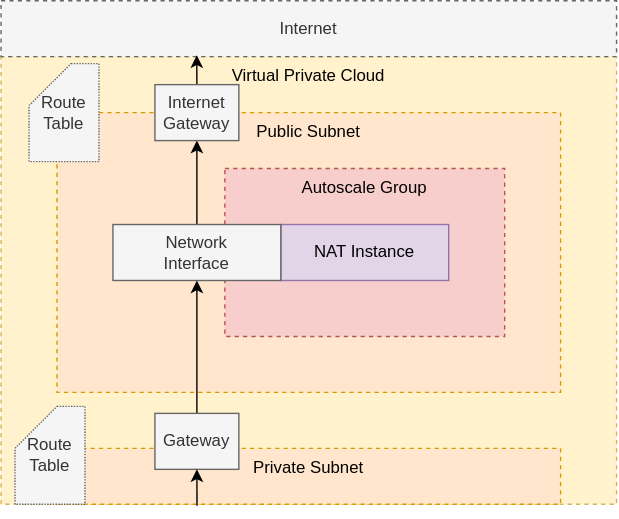
The draw.io diagram docs/logical.drawio.svg in jamesmoriarty/cfn-cheapest-nat, before a commit. Source tidied: cells renumbered, new cells last; positions are measured from the earlier drawing's top-left corner, leaving out a move shared by most shapes.
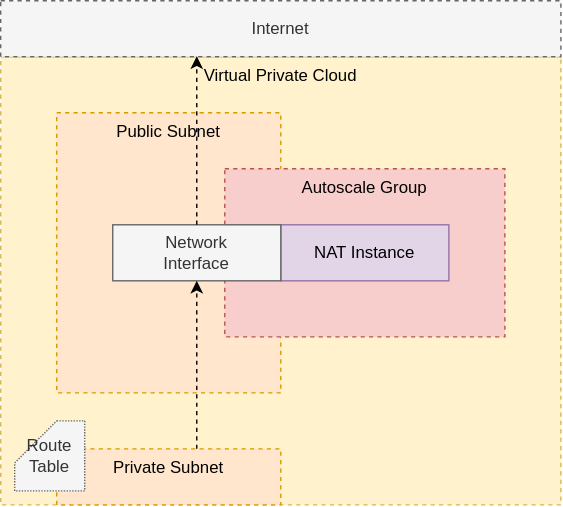
The same file after the commit.

Commit message:
refinement: description.

The edit, as a diff of the source:
```diff
@@ -3,10 +3,10 @@
     <mxCell id="0" />
     <mxCell id="1" parent="0" />
     <mxCell id="2" value="Virtual Private Cloud" style="rounded=0;whiteSpace=wrap;html=1;verticalAlign=top;fillColor=#fff2cc;strokeColor=#d6b656;dashed=1;shadow=0;" parent="1" vertex="1">
-      <mxGeometry y="40" width="440" height="320" as="geometry" />
+      <mxGeometry y="40" width="400" height="320" as="geometry" />
     </mxCell>
     <mxCell id="3" value="Public Subnet" style="rounded=0;whiteSpace=wrap;html=1;verticalAlign=top;fillColor=#ffe6cc;strokeColor=#d79b00;shadow=0;dashed=1;" parent="1" vertex="1">
-      <mxGeometry x="40" y="80" width="360" height="200" as="geometry" />
+      <mxGeometry x="40" y="80" width="160" height="200" as="geometry" />
     </mxCell>
     <mxCell id="4" value="Autoscale Group" style="rounded=0;whiteSpace=wrap;html=1;dashed=1;fillColor=#f8cecc;verticalAlign=top;strokeColor=#b85450;shadow=0;" parent="1" vertex="1">
       <mxGeometry x="160" y="120" width="200" height="120" as="geometry" />
@@ -14,38 +14,25 @@
     <mxCell id="5" value="NAT Instance" style="rounded=0;whiteSpace=wrap;html=1;fillColor=#e1d5e7;strokeColor=#9673a6;shadow=0;" parent="1" vertex="1">
       <mxGeometry x="200" y="160" width="120" height="40" as="geometry" />
     </mxCell>
-    <mxCell id="6" style="edgeStyle=orthogonalEdgeStyle;rounded=0;jettySize=auto;html=1;exitX=0.5;exitY=0;exitDx=0;exitDy=0;entryX=0.5;entryY=1;entryDx=0;entryDy=0;shadow=0;" parent="1" edge="1" source="7" target="13">
-      <mxGeometry relative="1" as="geometry" />
-    </mxCell>
     <mxCell id="7" value="Network&lt;br&gt;Interface" style="rounded=0;whiteSpace=wrap;html=1;fillColor=#f5f5f5;strokeColor=#666666;fontColor=#333333;shadow=0;" parent="1" vertex="1">
       <mxGeometry x="80" y="160" width="120" height="40" as="geometry" />
     </mxCell>
     <mxCell id="8" value="Internet" style="rounded=0;whiteSpace=wrap;html=1;fillColor=#f5f5f5;strokeColor=#666666;fontColor=#333333;dashed=1;shadow=0;" parent="1" vertex="1">
-      <mxGeometry width="440" height="40" as="geometry" />
+      <mxGeometry width="400" height="40" as="geometry" />
     </mxCell>
     <mxCell id="9" value="Private Subnet" style="rounded=0;whiteSpace=wrap;html=1;verticalAlign=top;fillColor=#ffe6cc;strokeColor=#d79b00;shadow=0;dashed=1;" parent="1" vertex="1">
-      <mxGeometry x="40" y="320" width="360" height="40" as="geometry" />
+      <mxGeometry x="40" y="320" width="160" height="40" as="geometry" />
     </mxCell>
-    <mxCell id="10" style="edgeStyle=orthogonalEdgeStyle;rounded=0;jettySize=auto;html=1;exitX=0.5;exitY=0;exitDx=0;exitDy=0;entryX=0.5;entryY=1;entryDx=0;entryDy=0;shadow=0;" parent="1" edge="1" source="11" target="7">
-      <mxGeometry relative="1" as="geometry" />
-    </mxCell>
-    <mxCell id="11" value="Gateway" style="rounded=0;whiteSpace=wrap;html=1;fillColor=#f5f5f5;strokeColor=#666666;fontColor=#333333;shadow=0;" parent="1" vertex="1">
-      <mxGeometry x="110" y="295" width="60" height="40" as="geometry" />
-    </mxCell>
-    <mxCell id="12" style="edgeStyle=orthogonalEdgeStyle;rounded=0;jettySize=auto;html=1;exitX=0.5;exitY=0;exitDx=0;exitDy=0;entryX=0.318;entryY=-0.003;entryDx=0;entryDy=0;entryPerimeter=0;shadow=0;" parent="1" edge="1" source="13" target="2">
-      <mxGeometry relative="1" as="geometry" />
-    </mxCell>
-    <mxCell id="13" value="Internet&lt;br&gt;Gateway" style="rounded=0;whiteSpace=wrap;html=1;fillColor=#f5f5f5;strokeColor=#666666;fontColor=#333333;shadow=0;" parent="1" vertex="1">
-      <mxGeometry x="110" y="60" width="60" height="40" as="geometry" />
-    </mxCell>
     <mxCell id="14" value="Route&lt;br&gt;&lt;div style=&quot;&quot;&gt;&lt;span&gt;Table&lt;/span&gt;&lt;/div&gt;" style="shape=card;whiteSpace=wrap;html=1;rounded=0;shadow=0;fillColor=#f5f5f5;align=center;strokeColor=#666666;fontColor=#333333;dashed=1;dashPattern=1 1;" parent="1" vertex="1">
-      <mxGeometry x="10" y="290" width="50" height="70" as="geometry" />
+      <mxGeometry x="10" y="300" width="50" height="50" as="geometry" />
     </mxCell>
-    <mxCell id="15" value="Route&lt;br&gt;&lt;div style=&quot;&quot;&gt;&lt;span&gt;Table&lt;/span&gt;&lt;/div&gt;" style="shape=card;whiteSpace=wrap;html=1;rounded=0;shadow=0;fillColor=#f5f5f5;align=center;strokeColor=#666666;fontColor=#333333;dashed=1;dashPattern=1 1;" parent="1" vertex="1">
-      <mxGeometry x="20" y="45" width="50" height="70" as="geometry" />
-    </mxCell>
-    <mxCell id="16" style="endArrow=classic;html=1;exitX=0.278;exitY=1.025;exitDx=0;exitDy=0;exitPerimeter=0;entryX=0.5;entryY=1;entryDx=0;entryDy=0;shadow=0;" parent="1" edge="1" source="9" target="11">
-      <mxGeometry relative="1" as="geometry" />
+    <mxCell id="16" style="endArrow=classic;html=1;shadow=0;entryX=0.5;entryY=1;entryDx=0;entryDy=0;dashed=1;" parent="1" edge="1" target="7">
+      <mxGeometry relative="1" as="geometry">
+        <mxPoint x="140" y="320" as="sourcePoint" />
+      </mxGeometry>
     </mxCell>
+    <mxCell id="17" style="endArrow=classic;html=1;shadow=0;exitX=0.5;exitY=0;exitDx=0;exitDy=0;entryX=0.35;entryY=-0.001;entryDx=0;entryDy=0;entryPerimeter=0;dashed=1;" parent="1" edge="1" source="7" target="2">
+      <mxGeometry relative="1" as="geometry" />
+    </mxCell>
   </root>
 </mxGraphModel>
```
